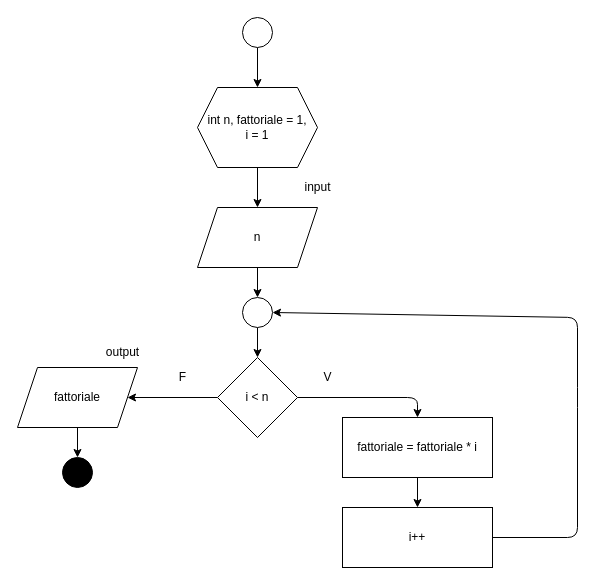
The draw.io diagram AS_2023_2024/2TrED/Teoria/Teoria8.drawio in FrancescoGobbi/Didattica_GalileoGalilei_Ostiglia, before the edit. Source tidied: cells renumbered, new cells numbered last; positions are measured from the earlier drawing's top-left corner, leaving out a move shared by most shapes. Both pictures are drawn from the tidied source at 100%, with x=0, y=0 at pixel (17, 17).
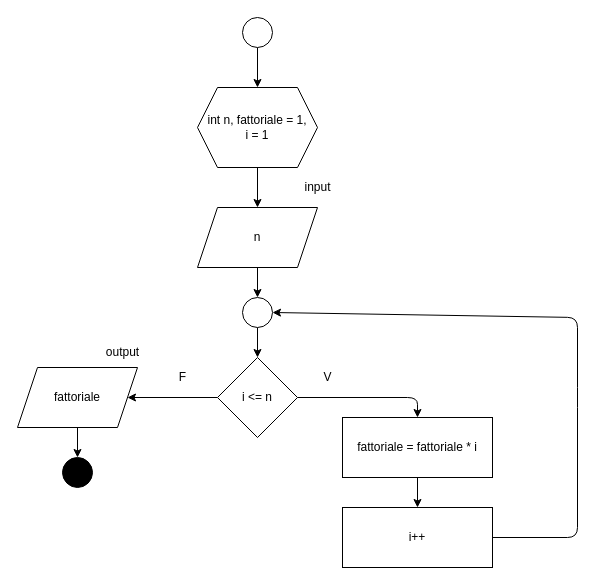
After the change.

Change to the diagram source:
```diff
@@
-    <mxCell id="9" value="i &amp;lt; n" style="rhombus;whiteSpace=wrap;html=1;" parent="1" vertex="1">
+    <mxCell id="9" value="i &amp;lt;= n" style="rhombus;whiteSpace=wrap;html=1;" parent="1" vertex="1">
       <mxGeometry x="200" y="340" width="80" height="80" as="geometry" />
     </mxCell>
```
